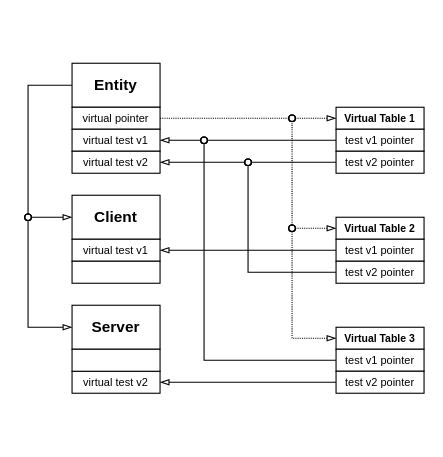
The draw.io diagram projects/examples/source/03.17.drawio in i-s-m-mipt/Education, before the edit. Source tidied: cells renumbered, new cells numbered last; positions are measured from the earlier drawing's top-left corner, leaving out a move shared by most shapes. Both pictures are drawn from the tidied source at 110%, with x=0, y=0 at pixel (28, 63).
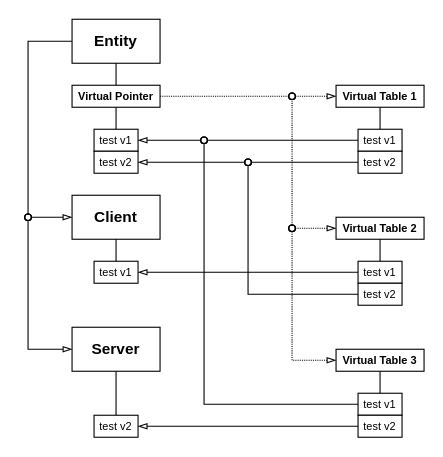
The same page after the edit.

The change refers to these unchanged cells:
```xml
<mxCell id="6" value="&lt;font face=&quot;Helvetica&quot; style=&quot;font-size: 14px;&quot;&gt;&lt;b style=&quot;&quot;&gt;Client&lt;/b&gt;&lt;/font&gt;" style="rounded=0;whiteSpace=wrap;html=1;fillColor=none;" parent="1" vertex="1">
  <mxGeometry x="40" y="120" width="80" height="40" as="geometry" />
</mxCell>
```

What changed in the source:
```diff
@@
     <mxCell id="2" value="&lt;b&gt;&lt;font face=&quot;Helvetica&quot; style=&quot;font-size: 14px;&quot;&gt;Entity&lt;/font&gt;&lt;/b&gt;" style="rounded=0;whiteSpace=wrap;html=1;fillColor=none;" parent="1" vertex="1">
-      <mxGeometry x="40" width="80" height="40" as="geometry" />
+      <mxGeometry x="40" y="-40" width="80" height="40" as="geometry" />
     </mxCell>
-    <mxCell id="3" value="&lt;div style=&quot;&quot;&gt;&lt;font style=&quot;font-size: 10px;&quot;&gt;&lt;span style=&quot;background-color: transparent; color: light-dark(rgb(0, 0, 0), rgb(255, 255, 255));&quot;&gt;virtual&lt;/span&gt;&lt;b style=&quot;background-color: transparent; color: light-dark(rgb(0, 0, 0), rgb(255, 255, 255));&quot;&gt; &lt;/b&gt;&lt;span style=&quot;background-color: transparent; color: light-dark(rgb(0, 0, 0), rgb(255, 255, 255));&quot;&gt;pointer&lt;/span&gt;&lt;/font&gt;&lt;/div&gt;" style="rounded=0;whiteSpace=wrap;html=1;align=center;" parent="1" vertex="1">
-      <mxGeometry x="40" y="40" width="80" height="20" as="geometry" />
+    <mxCell id="3" value="&lt;div style=&quot;&quot;&gt;&lt;font style=&quot;font-size: 10px;&quot;&gt;&lt;b&gt;&lt;span style=&quot;background-color: transparent; color: light-dark(rgb(0, 0, 0), rgb(255, 255, 255));&quot;&gt;Virtual&lt;/span&gt;&lt;span style=&quot;background-color: transparent; color: light-dark(rgb(0, 0, 0), rgb(255, 255, 255));&quot;&gt;&amp;nbsp;&lt;/span&gt;&lt;span style=&quot;background-color: transparent; color: light-dark(rgb(0, 0, 0), rgb(255, 255, 255));&quot;&gt;P&lt;/span&gt;&lt;span style=&quot;background-color: transparent; color: light-dark(rgb(0, 0, 0), rgb(255, 255, 255));&quot;&gt;ointer&lt;/span&gt;&lt;/b&gt;&lt;/font&gt;&lt;/div&gt;" style="rounded=0;whiteSpace=wrap;html=1;align=center;" parent="1" vertex="1">
+      <mxGeometry x="40" y="20" width="80" height="20" as="geometry" />
     </mxCell>
-    <mxCell id="4" value="&lt;font style=&quot;font-size: 10px;&quot; face=&quot;Helvetica&quot;&gt;virtual test&amp;nbsp;v1&lt;/font&gt;" style="rounded=0;whiteSpace=wrap;html=1;" parent="1" vertex="1">
-      <mxGeometry x="40" y="60" width="80" height="20" as="geometry" />
+    <mxCell id="4" value="&lt;font style=&quot;font-size: 10px;&quot; face=&quot;Helvetica&quot;&gt;test&amp;nbsp;v1&lt;/font&gt;" style="rounded=0;whiteSpace=wrap;html=1;" parent="1" vertex="1">
+      <mxGeometry x="60" y="60" width="40" height="20" as="geometry" />
     </mxCell>
-    <mxCell id="5" value="&lt;font style=&quot;font-size: 10px;&quot; face=&quot;Helvetica&quot;&gt;virtual test v2&lt;/font&gt;" style="rounded=0;whiteSpace=wrap;html=1;" parent="1" vertex="1">
-      <mxGeometry x="40" y="80" width="80" height="20" as="geometry" />
+    <mxCell id="5" value="&lt;font style=&quot;font-size: 10px;&quot; face=&quot;Helvetica&quot;&gt;test v2&lt;/font&gt;" style="rounded=0;whiteSpace=wrap;html=1;" parent="1" vertex="1">
+      <mxGeometry x="60" y="80" width="40" height="20" as="geometry" />
     </mxCell>
@@
-    <mxCell id="7" value="&lt;font style=&quot;font-size: 10px;&quot;&gt;virtual test&amp;nbsp;v1&lt;/font&gt;" style="rounded=0;whiteSpace=wrap;html=1;" parent="1" vertex="1">
-      <mxGeometry x="40" y="160" width="80" height="20" as="geometry" />
+    <mxCell id="7" value="&lt;font style=&quot;font-size: 10px;&quot;&gt;test&amp;nbsp;v1&lt;/font&gt;" style="rounded=0;whiteSpace=wrap;html=1;" parent="1" vertex="1">
+      <mxGeometry x="60" y="180" width="40" height="20" as="geometry" />
     </mxCell>
     <mxCell id="8" value="&lt;b style=&quot;&quot;&gt;&lt;font face=&quot;Helvetica&quot; style=&quot;font-size: 14px;&quot;&gt;Server&lt;/font&gt;&lt;/b&gt;" style="rounded=0;whiteSpace=wrap;html=1;fillColor=none;" parent="1" vertex="1">
-      <mxGeometry x="40" y="220" width="80" height="40" as="geometry" />
+      <mxGeometry x="40" y="240" width="80" height="40" as="geometry" />
     </mxCell>
-    <mxCell id="9" value="&lt;font style=&quot;font-size: 10px;&quot;&gt;virtual test v2&lt;/font&gt;" style="rounded=0;whiteSpace=wrap;html=1;" parent="1" vertex="1">
-      <mxGeometry x="40" y="280" width="80" height="20" as="geometry" />
+    <mxCell id="9" value="&lt;font style=&quot;font-size: 10px;&quot;&gt;test v2&lt;/font&gt;" style="rounded=0;whiteSpace=wrap;html=1;" parent="1" vertex="1">
+      <mxGeometry x="60" y="320" width="40" height="20" as="geometry" />
     </mxCell>
-    <mxCell id="10" value="&lt;font style=&quot;&quot; face=&quot;Helvetica&quot;&gt;&lt;font style=&quot;font-size: 9.5px;&quot;&gt;&lt;b style=&quot;&quot;&gt;Virtual Table 1&lt;/b&gt;&lt;/font&gt;&lt;/font&gt;" style="rounded=0;whiteSpace=wrap;html=1;fillColor=none;" parent="1" vertex="1">
-      <mxGeometry x="280" y="40" width="80" height="20" as="geometry" />
-    </mxCell>
-    <mxCell id="11" value="&lt;font style=&quot;font-size: 10px;&quot;&gt;test&amp;nbsp;v1 pointer&lt;/font&gt;" style="rounded=0;whiteSpace=wrap;html=1;" parent="1" vertex="1">
-      <mxGeometry x="280" y="60" width="80" height="20" as="geometry" />
+    <mxCell id="11" value="&lt;font style=&quot;font-size: 10px;&quot;&gt;test&amp;nbsp;v1&lt;/font&gt;" style="rounded=0;whiteSpace=wrap;html=1;" parent="1" vertex="1">
+      <mxGeometry x="300" y="60" width="40" height="20" as="geometry" />
     </mxCell>
-    <mxCell id="12" value="&lt;font style=&quot;font-size: 10px;&quot;&gt;test&amp;nbsp;v2 pointer&lt;/font&gt;" style="rounded=0;whiteSpace=wrap;html=1;" parent="1" vertex="1">
-      <mxGeometry x="280" y="80" width="80" height="20" as="geometry" />
+    <mxCell id="12" value="&lt;font style=&quot;font-size: 10px;&quot;&gt;test&amp;nbsp;v2&lt;/font&gt;" style="rounded=0;whiteSpace=wrap;html=1;" parent="1" vertex="1">
+      <mxGeometry x="300" y="80" width="40" height="20" as="geometry" />
     </mxCell>
@@
-    <mxCell id="14" value="&lt;b style=&quot;font-size: 9.5px;&quot;&gt;Virtual Table 2&lt;/b&gt;" style="rounded=0;whiteSpace=wrap;html=1;fillColor=none;" parent="1" vertex="1">
-      <mxGeometry x="280" y="140" width="80" height="20" as="geometry" />
-    </mxCell>
-    <mxCell id="15" value="&lt;font style=&quot;font-size: 10px;&quot;&gt;test&amp;nbsp;v1 pointer&lt;/font&gt;" style="rounded=0;whiteSpace=wrap;html=1;" parent="1" vertex="1">
-      <mxGeometry x="280" y="160" width="80" height="20" as="geometry" />
+    <mxCell id="15" value="&lt;font style=&quot;font-size: 10px;&quot;&gt;test&amp;nbsp;v1&lt;/font&gt;" style="rounded=0;whiteSpace=wrap;html=1;" parent="1" vertex="1">
+      <mxGeometry x="300" y="180" width="40" height="20" as="geometry" />
     </mxCell>
-    <mxCell id="16" value="&lt;font style=&quot;font-size: 10px;&quot;&gt;test&amp;nbsp;v2 pointer&lt;/font&gt;" style="rounded=0;whiteSpace=wrap;html=1;" parent="1" vertex="1">
-      <mxGeometry x="280" y="180" width="80" height="20" as="geometry" />
+    <mxCell id="16" value="&lt;font style=&quot;font-size: 10px;&quot;&gt;test&amp;nbsp;v2&lt;/font&gt;" style="rounded=0;whiteSpace=wrap;html=1;" parent="1" vertex="1">
+      <mxGeometry x="300" y="200" width="40" height="20" as="geometry" />
     </mxCell>
-    <mxCell id="17" value="&lt;b style=&quot;font-size: 9.5px;&quot;&gt;Virtual Table 3&lt;/b&gt;" style="rounded=0;whiteSpace=wrap;html=1;fillColor=none;" parent="1" vertex="1">
-      <mxGeometry x="280" y="240" width="80" height="20" as="geometry" />
-    </mxCell>
-    <mxCell id="18" value="&lt;font style=&quot;font-size: 10px;&quot;&gt;test&amp;nbsp;v1 pointer&lt;/font&gt;" style="rounded=0;whiteSpace=wrap;html=1;" parent="1" vertex="1">
-      <mxGeometry x="280" y="260" width="80" height="20" as="geometry" />
+    <mxCell id="18" value="&lt;font style=&quot;font-size: 10px;&quot;&gt;test&amp;nbsp;v1&lt;/font&gt;" style="rounded=0;whiteSpace=wrap;html=1;" parent="1" vertex="1">
+      <mxGeometry x="300" y="300" width="40" height="20" as="geometry" />
     </mxCell>
-    <mxCell id="19" value="&lt;font style=&quot;font-size: 10px;&quot;&gt;test&amp;nbsp;v2 pointer&lt;/font&gt;" style="rounded=0;whiteSpace=wrap;html=1;" parent="1" vertex="1">
-      <mxGeometry x="280" y="280" width="80" height="20" as="geometry" />
+    <mxCell id="19" value="&lt;font style=&quot;font-size: 10px;&quot;&gt;test&amp;nbsp;v2&lt;/font&gt;" style="rounded=0;whiteSpace=wrap;html=1;" parent="1" vertex="1">
+      <mxGeometry x="300" y="320" width="40" height="20" as="geometry" />
     </mxCell>
-    <mxCell id="20" style="rounded=0;whiteSpace=wrap;html=1;" parent="1" vertex="1">
-      <mxGeometry x="40" y="180" width="80" height="20" as="geometry" />
-    </mxCell>
-    <mxCell id="21" style="rounded=0;whiteSpace=wrap;html=1;" parent="1" vertex="1">
-      <mxGeometry x="40" y="260" width="80" height="20" as="geometry" />
-    </mxCell>
@@
-    <mxCell id="25" style="endArrow=blockThin;html=1;rounded=0;entryX=0;entryY=0.5;entryDx=0;entryDy=0;endFill=0;dashed=1;dashPattern=1 1;startArrow=oval;startFill=0;" parent="1" edge="1" target="10">
+    <mxCell id="25" style="endArrow=blockThin;html=1;rounded=0;endFill=0;dashed=1;dashPattern=1 1;startArrow=oval;startFill=0;" parent="1" edge="1">
       <mxGeometry relative="1" as="geometry">
-        <mxPoint x="240" y="50" as="sourcePoint" />
+        <mxPoint x="240" y="30" as="sourcePoint" />
+        <mxPoint x="280" y="30" as="targetPoint" />
       </mxGeometry>
     </mxCell>
-    <mxCell id="26" style="endArrow=blockThin;html=1;rounded=0;entryX=0;entryY=0.5;entryDx=0;entryDy=0;endFill=0;dashed=1;dashPattern=1 1;startArrow=oval;startFill=0;" parent="1" edge="1" target="14">
+    <mxCell id="26" style="endArrow=blockThin;html=1;rounded=0;endFill=0;dashed=1;dashPattern=1 1;startArrow=oval;startFill=0;" parent="1" edge="1">
       <mxGeometry relative="1" as="geometry">
         <mxPoint x="240" y="150" as="sourcePoint" />
+        <mxPoint x="280" y="150" as="targetPoint" />
       </mxGeometry>
     </mxCell>
-    <mxCell id="27" style="endArrow=blockThin;html=1;rounded=0;entryX=0;entryY=0.5;entryDx=0;entryDy=0;endFill=0;dashed=1;dashPattern=1 1;startArrow=oval;startFill=0;" parent="1" edge="1" target="17">
+    <mxCell id="27" style="endArrow=blockThin;html=1;rounded=0;endFill=0;dashed=1;dashPattern=1 1;startArrow=oval;startFill=0;" parent="1" edge="1">
       <mxGeometry relative="1" as="geometry">
         <mxPoint x="240" y="150" as="sourcePoint" />
+        <mxPoint x="280" y="270" as="targetPoint" />
         <Array as="points">
-          <mxPoint x="240" y="250" />
+          <mxPoint x="240" y="270" />
         </Array>
       </mxGeometry>
     </mxCell>
     <mxCell id="28" style="endArrow=none;html=1;rounded=0;entryX=0;entryY=0.5;entryDx=0;entryDy=0;endFill=0;startArrow=oval;startFill=0;" parent="1" edge="1" target="2">
       <mxGeometry relative="1" as="geometry">
         <mxPoint y="140" as="sourcePoint" />
         <Array as="points">
           <mxPoint y="140" />
-          <mxPoint y="20" />
+          <mxPoint y="-20" />
         </Array>
       </mxGeometry>
     </mxCell>
     <mxCell id="29" style="endArrow=oval;html=1;rounded=0;exitX=0;exitY=0.5;exitDx=0;exitDy=0;endFill=0;startFill=0;startArrow=blockThin;" parent="1" edge="1" source="8">
       <mxGeometry relative="1" as="geometry">
         <mxPoint y="140" as="targetPoint" />
         <Array as="points">
-          <mxPoint y="240" />
+          <mxPoint y="260" />
         </Array>
       </mxGeometry>
     </mxCell>
     <mxCell id="30" style="endArrow=oval;html=1;rounded=0;exitX=0;exitY=0.5;exitDx=0;exitDy=0;endFill=0;" parent="1" edge="1" source="18">
       <mxGeometry relative="1" as="geometry">
         <mxPoint x="160" y="70" as="targetPoint" />
         <Array as="points">
-          <mxPoint x="160" y="270" />
+          <mxPoint x="160" y="310" />
         </Array>
       </mxGeometry>
     </mxCell>
@@
     <mxCell id="32" style="endArrow=none;html=1;rounded=0;entryX=0;entryY=0.5;entryDx=0;entryDy=0;startArrow=oval;startFill=0;" parent="1" edge="1" target="16">
       <mxGeometry relative="1" as="geometry">
         <mxPoint x="200" y="90" as="sourcePoint" />
         <Array as="points">
-          <mxPoint x="200" y="190" />
+          <mxPoint x="200" y="210" />
         </Array>
       </mxGeometry>
     </mxCell>
@@
     <mxCell id="35" style="endArrow=oval;dashed=1;html=1;rounded=0;exitX=1;exitY=0.5;exitDx=0;exitDy=0;dashPattern=1 1;endFill=0;" parent="1" edge="1" source="3">
       <mxGeometry relative="1" as="geometry">
-        <mxPoint x="240" y="50" as="targetPoint" />
+        <mxPoint x="240" y="30" as="targetPoint" />
       </mxGeometry>
     </mxCell>
     <mxCell id="36" style="endArrow=oval;dashed=1;html=1;rounded=0;dashPattern=1 1;endFill=0;startArrow=oval;startFill=0;" parent="1" edge="1">
       <mxGeometry relative="1" as="geometry">
         <mxPoint x="240" y="150" as="sourcePoint" />
-        <mxPoint x="240" y="50" as="targetPoint" />
+        <mxPoint x="240" y="30" as="targetPoint" />
       </mxGeometry>
     </mxCell>
+    <mxCell id="37" style="endArrow=none;html=1;rounded=0;entryX=0.5;entryY=1;entryDx=0;entryDy=0;exitX=0.5;exitY=0;exitDx=0;exitDy=0;" parent="1" edge="1" source="9" target="8">
+      <mxGeometry relative="1" as="geometry" />
+    </mxCell>
+    <mxCell id="38" style="endArrow=none;html=1;rounded=0;entryX=0.5;entryY=1;entryDx=0;entryDy=0;exitX=0.5;exitY=0;exitDx=0;exitDy=0;" parent="1" edge="1" source="7" target="6">
+      <mxGeometry relative="1" as="geometry" />
+    </mxCell>
+    <mxCell id="39" style="endArrow=none;html=1;rounded=0;entryX=0.5;entryY=1;entryDx=0;entryDy=0;exitX=0.5;exitY=0;exitDx=0;exitDy=0;" parent="1" edge="1" source="4" target="3">
+      <mxGeometry relative="1" as="geometry" />
+    </mxCell>
+    <mxCell id="40" style="endArrow=none;html=1;rounded=0;entryX=0.5;entryY=1;entryDx=0;entryDy=0;exitX=0.5;exitY=0;exitDx=0;exitDy=0;" parent="1" edge="1" source="3" target="2">
+      <mxGeometry relative="1" as="geometry" />
+    </mxCell>
+    <mxCell id="10" value="&lt;font style=&quot;font-size: 10px;&quot;&gt;&lt;b&gt;Virtual Table 1&lt;/b&gt;&lt;/font&gt;" style="rounded=0;whiteSpace=wrap;html=1;" parent="1" vertex="1">
+      <mxGeometry x="280" y="20" width="80" height="20" as="geometry" />
+    </mxCell>
+    <mxCell id="14" value="&lt;font style=&quot;font-size: 10px;&quot;&gt;&lt;b&gt;Virtual Table 2&lt;/b&gt;&lt;/font&gt;" style="rounded=0;whiteSpace=wrap;html=1;" parent="1" vertex="1">
+      <mxGeometry x="280" y="140" width="80" height="20" as="geometry" />
+    </mxCell>
+    <mxCell id="41" style="endArrow=none;html=1;rounded=0;entryX=0.5;entryY=1;entryDx=0;entryDy=0;exitX=0.5;exitY=0;exitDx=0;exitDy=0;" parent="1" edge="1" source="11" target="10">
+      <mxGeometry relative="1" as="geometry" />
+    </mxCell>
+    <mxCell id="42" style="endArrow=none;html=1;rounded=0;entryX=0.5;entryY=1;entryDx=0;entryDy=0;exitX=0.5;exitY=0;exitDx=0;exitDy=0;" parent="1" edge="1" source="15" target="14">
+      <mxGeometry relative="1" as="geometry" />
+    </mxCell>
+    <mxCell id="17" value="&lt;font style=&quot;font-size: 10px;&quot;&gt;&lt;b&gt;Virtual Table 3&lt;/b&gt;&lt;/font&gt;" style="rounded=0;whiteSpace=wrap;html=1;" parent="1" vertex="1">
+      <mxGeometry x="280" y="260" width="80" height="20" as="geometry" />
+    </mxCell>
+    <mxCell id="43" style="endArrow=none;html=1;rounded=0;entryX=0.5;entryY=1;entryDx=0;entryDy=0;exitX=0.5;exitY=0;exitDx=0;exitDy=0;" parent="1" edge="1" source="18" target="17">
+      <mxGeometry relative="1" as="geometry" />
+    </mxCell>
```
